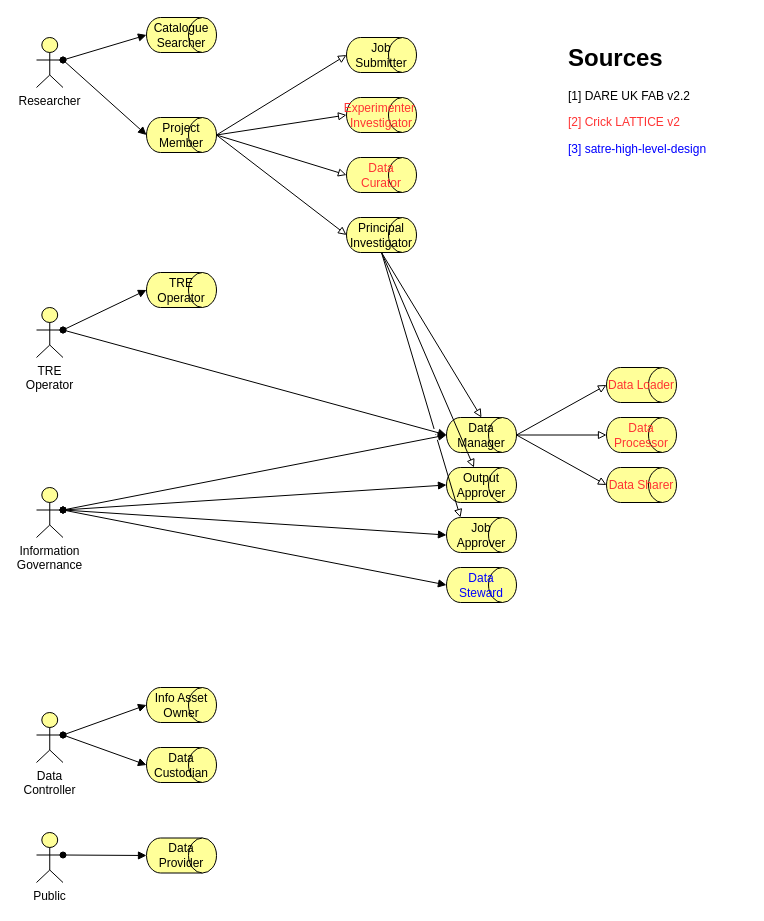
Above: Docs/Diagrams/TRE_Actors_Roles.drawio in sa-tre/satre-high-level-design (draw.io), before the change. Source tidied: cells renumbered, new cells numbered last; positions are measured from the earlier drawing's top-left corner, leaving out a move shared by most shapes. Both pictures are drawn from the tidied source at 100%, with x=0, y=0 at pixel (36, 17).
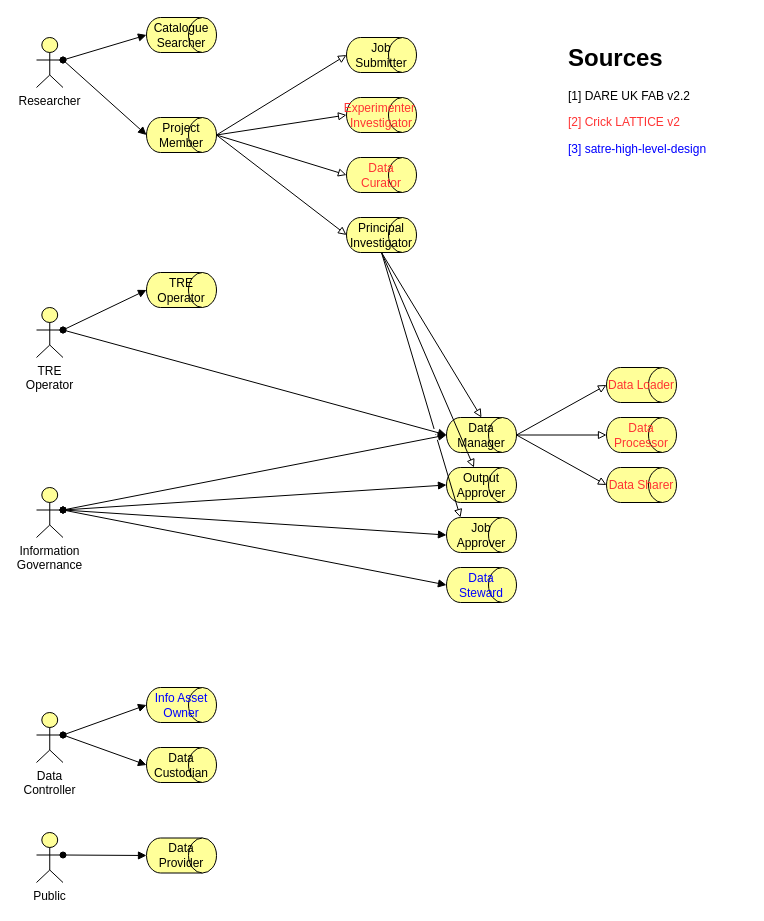
The same diagram, later.

Commit message (it also covers changes not shown here):
Font colour on InfoAssetOwner

Diff of the diagram source:
```diff
@@
-    <mxCell id="38" value="Info Asset Owner" style="html=1;outlineConnect=0;whiteSpace=wrap;fillColor=#ffff99;shape=mxgraph.archimate3.role;" parent="1" vertex="1">
+    <mxCell id="38" value="&lt;font style=&quot;color: rgb(0, 0, 255);&quot;&gt;Info Asset Owner&lt;/font&gt;" style="html=1;outlineConnect=0;whiteSpace=wrap;fillColor=#ffff99;shape=mxgraph.archimate3.role;" parent="1" vertex="1">
       <mxGeometry x="110" y="670" width="70" height="35" as="geometry" />
     </mxCell>
```
